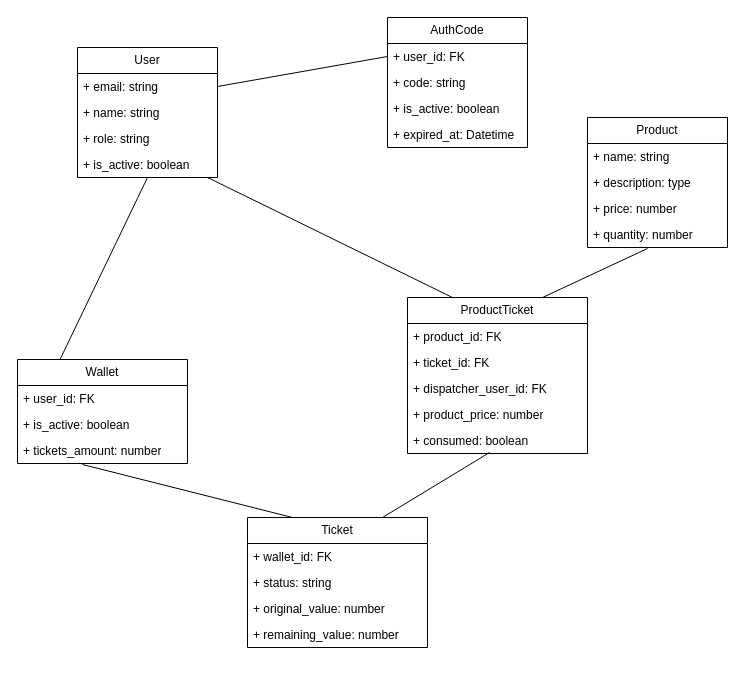
Earlier version of the draw.io diagram docs/UJAD.drawio (gelira/ujad). Source tidied: cells renumbered, new cells numbered last; positions are measured from the earlier drawing's top-left corner, leaving out a move shared by most shapes. Both pictures are drawn from the tidied source at 100%, with x=0, y=0 at pixel (17, 17).
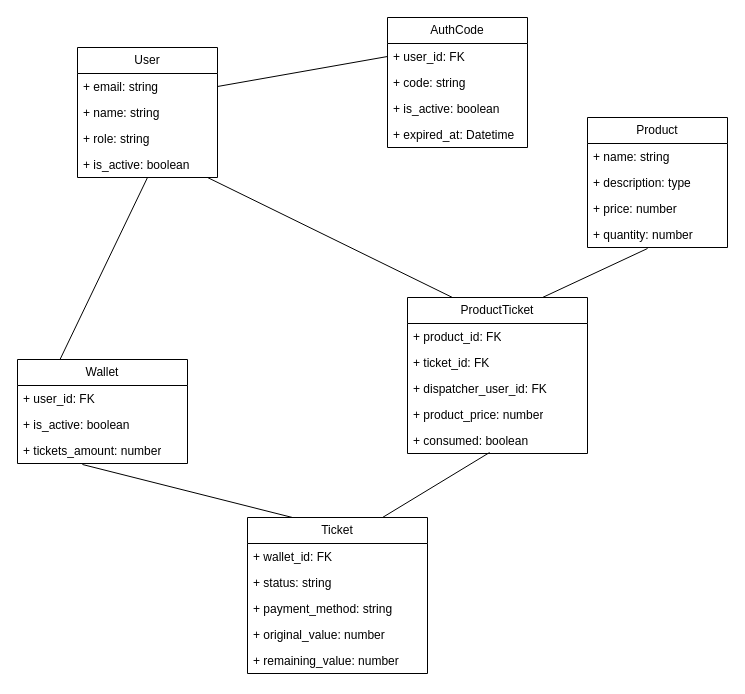
Above is the later version.

Commit message:
feat: fix ticket model

The edit, as a diff of the source:
```diff
@@
     <mxCell id="19" value="Ticket" style="swimlane;fontStyle=0;horizontal=1;startSize=26;fillColor=none;whiteSpace=wrap;html=1;" parent="1" vertex="1">
-      <mxGeometry x="230" y="500" width="180" height="130" as="geometry" />
+      <mxGeometry x="230" y="500" width="180" height="156" as="geometry" />
     </mxCell>
@@
+    <mxCell id="38" value="+ payment_method: string" style="text;strokeColor=none;fillColor=none;align=left;verticalAlign=top;spacingLeft=4;spacingRight=4;overflow=hidden;whiteSpace=wrap;html=1;" parent="19" vertex="1">
+      <mxGeometry y="78" width="180" height="26" as="geometry" />
+    </mxCell>
     <mxCell id="22" value="+ original_value: number" style="text;strokeColor=none;fillColor=none;align=left;verticalAlign=top;spacingLeft=4;spacingRight=4;overflow=hidden;whiteSpace=wrap;html=1;" parent="19" vertex="1">
-      <mxGeometry y="78" width="180" height="26" as="geometry" />
+      <mxGeometry y="104" width="180" height="26" as="geometry" />
     </mxCell>
     <mxCell id="23" value="+ remaining_value: number" style="text;strokeColor=none;fillColor=none;align=left;verticalAlign=top;spacingLeft=4;spacingRight=4;overflow=hidden;whiteSpace=wrap;html=1;" parent="19" vertex="1">
-      <mxGeometry y="104" width="180" height="26" as="geometry" />
+      <mxGeometry y="130" width="180" height="26" as="geometry" />
     </mxCell>
```
